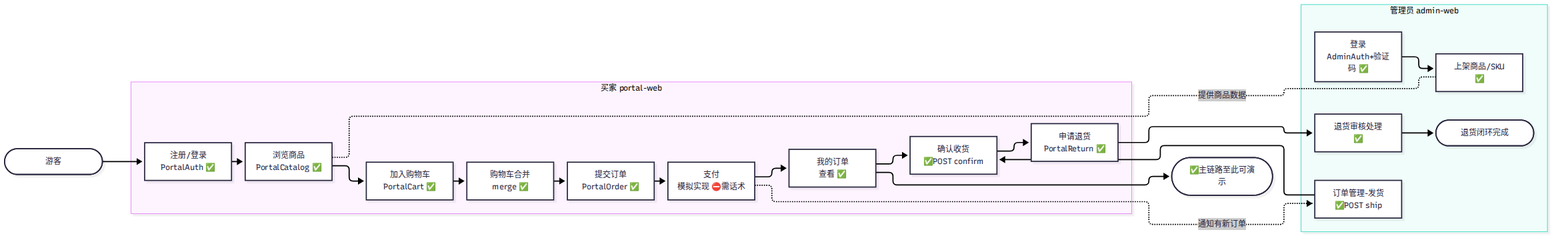
zzy-repo/qiqi-mall keeps this Mermaid diagram as docs/flows/02-业务场景/2-主链路总览图.png. Above is the earlier version. Its source is kept beside it as docs/flows/02-业务场景/2-主链路总览图.mmd.
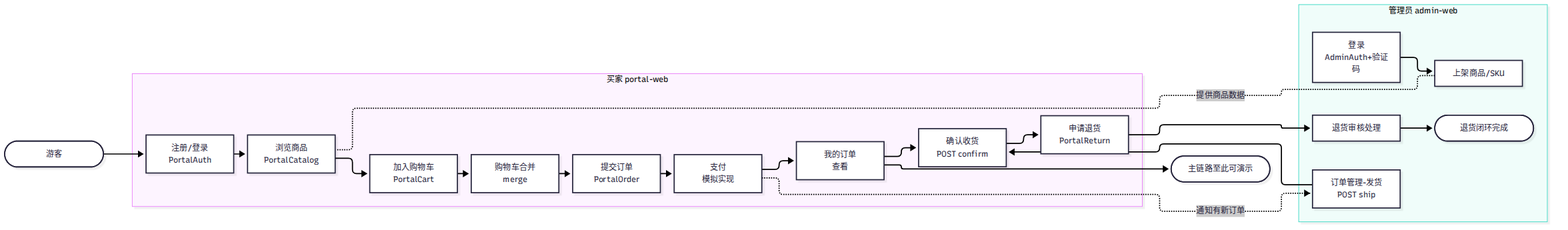
The same diagram one commit later.

Change to the diagram source:
```diff
@@ -1,26 +1,26 @@
 flowchart LR
     subgraph Buyer[买家 portal-web]
         direction TB
-        B1[注册/登录<br/>PortalAuth ✅] --> B2[浏览商品<br/>PortalCatalog ✅]
-        B2 --> B3[加入购物车<br/>PortalCart ✅]
-        B3 --> B4[购物车合并<br/>merge ✅]
-        B4 --> B5[提交订单<br/>PortalOrder ✅]
-        B5 --> B6[支付<br/>模拟实现 ⛔需话术]
-        B6 --> B7[我的订单<br/>查看 ✅]
-        B7 --> B8[确认收货<br/>✅POST confirm]
-        B8 --> B9[申请退货<br/>PortalReturn ✅]
+        B1[注册/登录<br/>PortalAuth] --> B2[浏览商品<br/>PortalCatalog]
+        B2 --> B3[加入购物车<br/>PortalCart]
+        B3 --> B4[购物车合并<br/>merge]
+        B4 --> B5[提交订单<br/>PortalOrder]
+        B5 --> B6[支付<br/>(模拟网关)]
+        B6 --> B7[我的订单<br/>查看]
+        B7 --> B8[确认收货<br/>POST confirm]
+        B8 --> B9[申请退货<br/>PortalReturn]
     end
 
     subgraph Admin[管理员 admin-web]
         direction TB
-        A1[登录<br/>AdminAuth+验证码 ✅]
-        A1 --> A2[上架商品/SKU<br/>✅]
+        A1[登录<br/>AdminAuth+验证码]
+        A1 --> A2[上架商品/SKU<br/>]
         A2 -.提供商品数据.- B2
-        B6 -.通知有新订单.-> A3[订单管理-发货<br/>✅POST ship]
+        B6 -.通知有新订单.-> A3[订单管理-发货<br/>POST ship]
         A3 --> B8
-        B9 --> A4[退货审核处理<br/>✅]
+        B9 --> A4[退货审核处理<br/>]
         A4 --> End([退货闭环完成])
     end
 
     Start([游客]) --> B1
-    B7 --> Mine([✅主链路至此可演示])
+    B7 --> Mine([主链路至此可演示])
```
